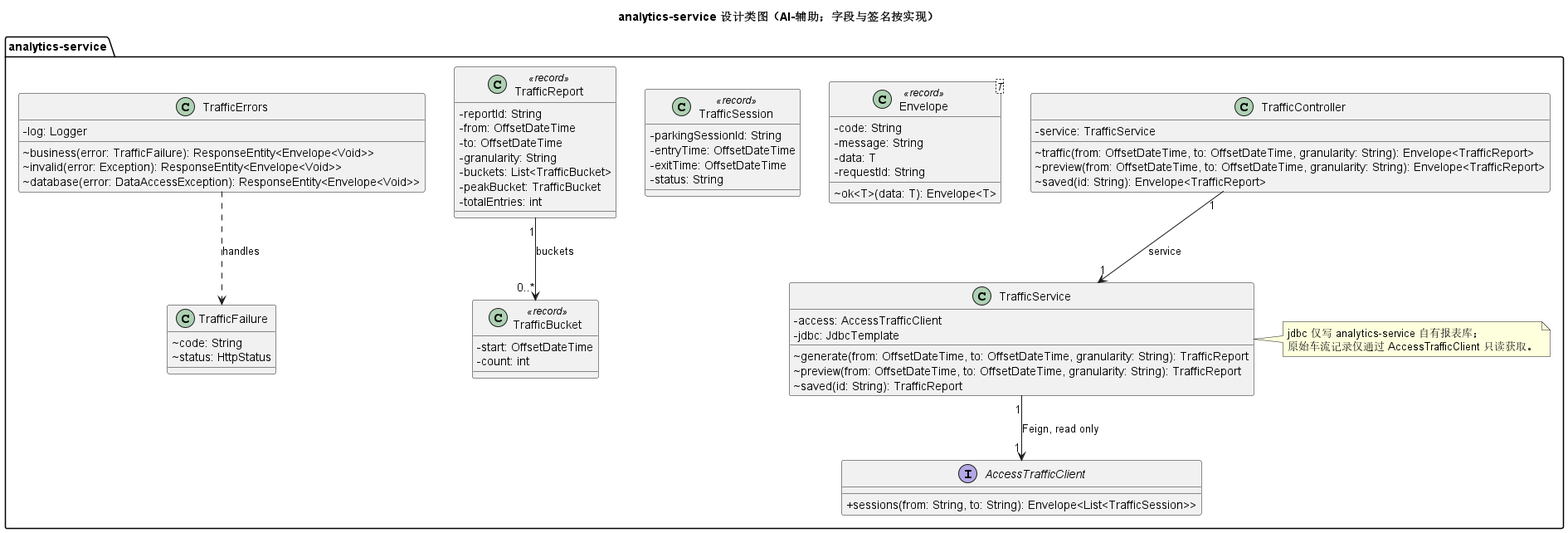
Earlier version of the PlantUML export models/rendered/15-design-classes_004.png (Gindama713/UMLWORK).
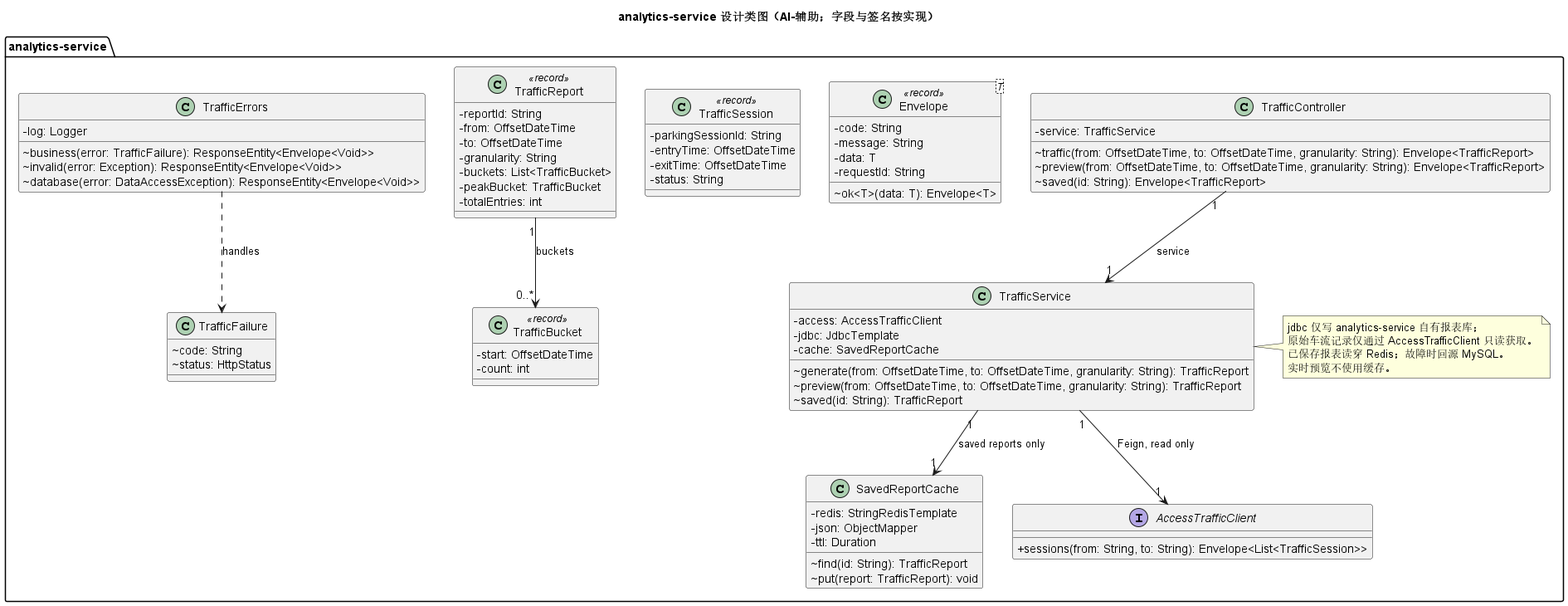
Later version of the same file.

What changed in the source:
```diff
@@ -11,9 +11,17 @@
   class TrafficService {
     -access: AccessTrafficClient
     -jdbc: JdbcTemplate
+    -cache: SavedReportCache
     ~generate(from: OffsetDateTime, to: OffsetDateTime, granularity: String): TrafficReport
     ~preview(from: OffsetDateTime, to: OffsetDateTime, granularity: String): TrafficReport
     ~saved(id: String): TrafficReport
+  }
+  class SavedReportCache {
+    -redis: StringRedisTemplate
+    -json: ObjectMapper
+    -ttl: Duration
+    ~find(id: String): TrafficReport
+    ~put(report: TrafficReport): void
   }
   interface AccessTrafficClient {
     +sessions(from: String, to: String): Envelope<List<TrafficSession>>
@@ -56,11 +64,14 @@
   }
   TrafficController "1" --> "1" TrafficService : service
   TrafficService "1" --> "1" AccessTrafficClient : Feign, read only
+  TrafficService "1" --> "1" SavedReportCache : saved reports only
   TrafficReport "1" --> "0..*" TrafficBucket : buckets
   TrafficErrors ..> TrafficFailure : handles
   note right of TrafficService
     jdbc 仅写 analytics-service 自有报表库；
     原始车流记录仅通过 AccessTrafficClient 只读获取。
+    已保存报表读穿 Redis；故障时回源 MySQL。
+    实时预览不使用缓存。
   end note
 }
 @enduml
```
